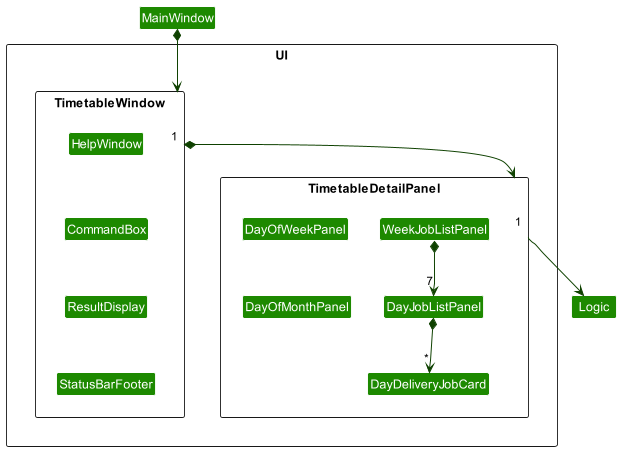
nus-cs2103-AY2223S2/tp keeps this PlantUML diagram as docs/images/UiClassDiagramTimetableWindow.png. Above is the earlier version. The source it was exported from:
```plantuml
@startuml
!include style.puml
skinparam arrowThickness 1.1
skinparam arrowColor UI_COLOR_T4
skinparam classBackgroundColor UI_COLOR

package UI <<Rectangle>>{

package TimetableWindow <<Rectangle>> {
Class StatusBarFooter
Class CommandBox
Class ResultDisplay
Class HelpWindow

}
package TimetableDetailPanel <<Rectangle>> {
Class DayOfWeekPanel
Class DayOfMonthPanel
Class WeekJobListPanel
Class DayJobListPanel
Class DayDeliveryJobCard
}


}

Class MainWindow
MainWindow *-down-> "1" TimetableWindow

HelpWindow -[hidden]down- CommandBox
CommandBox -[hidden]down- ResultDisplay
ResultDisplay -[hidden]down- StatusBarFooter

TimetableWindow *-down-> "1" TimetableDetailPanel
TimetableDetailPanel --> Logic

DayOfWeekPanel -[hidden]down- DayOfMonthPanel
WeekJobListPanel -[hidden]left- DayOfWeekPanel
WeekJobListPanel *-down-> "7" DayJobListPanel
DayJobListPanel *-down-> "*" DayDeliveryJobCard


@enduml
```
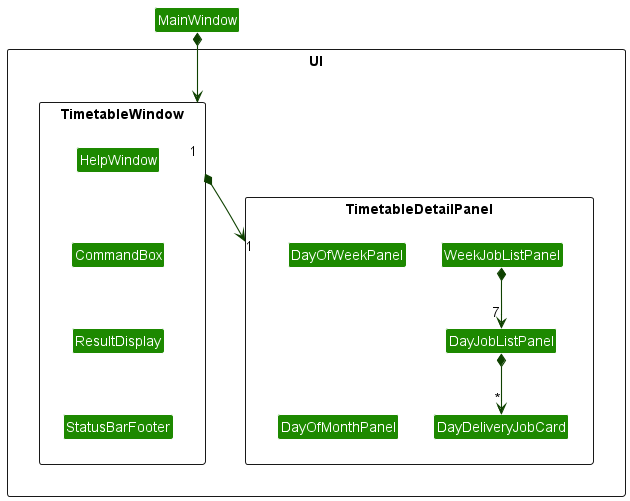
After the change.

Commit message:
Add sequence diagram for Timetable UI

Diff of the diagram source:
```diff
@@ -24,6 +24,7 @@
 
 }
 
+
 Class MainWindow
 MainWindow *-down-> "1" TimetableWindow
 
@@ -32,10 +33,11 @@
 ResultDisplay -[hidden]down- StatusBarFooter
 
 TimetableWindow *-down-> "1" TimetableDetailPanel
-TimetableDetailPanel --> Logic
+
 
 DayOfWeekPanel -[hidden]down- DayOfMonthPanel
 WeekJobListPanel -[hidden]left- DayOfWeekPanel
+DayOfMonthPanel -[hidden]left- DayDeliveryJobCard
 WeekJobListPanel *-down-> "7" DayJobListPanel
 DayJobListPanel *-down-> "*" DayDeliveryJobCard
 
```
